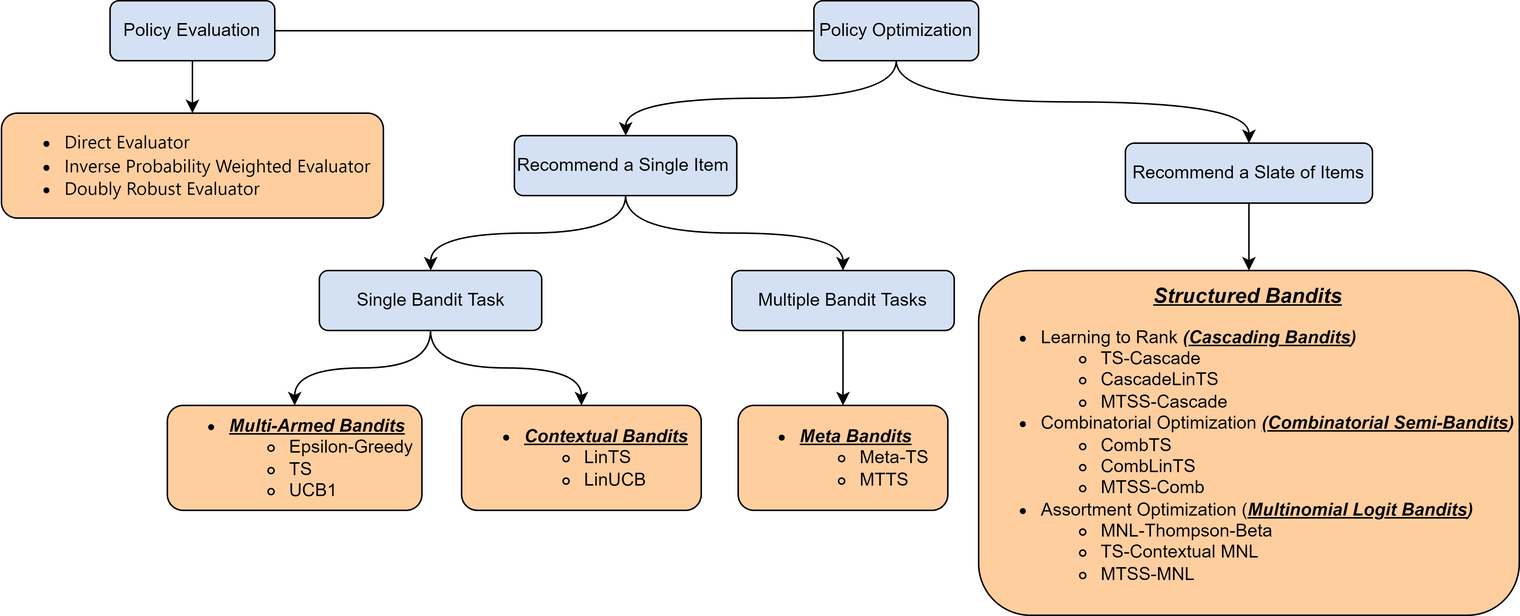
The draw.io diagram CPL_Paradigm4.png in CausalDM/Causal-Decision-Making, before a commit. Source tidied: cells renumbered, new cells last; positions are measured from the earlier drawing's top-left corner, leaving out a move shared by most shapes.
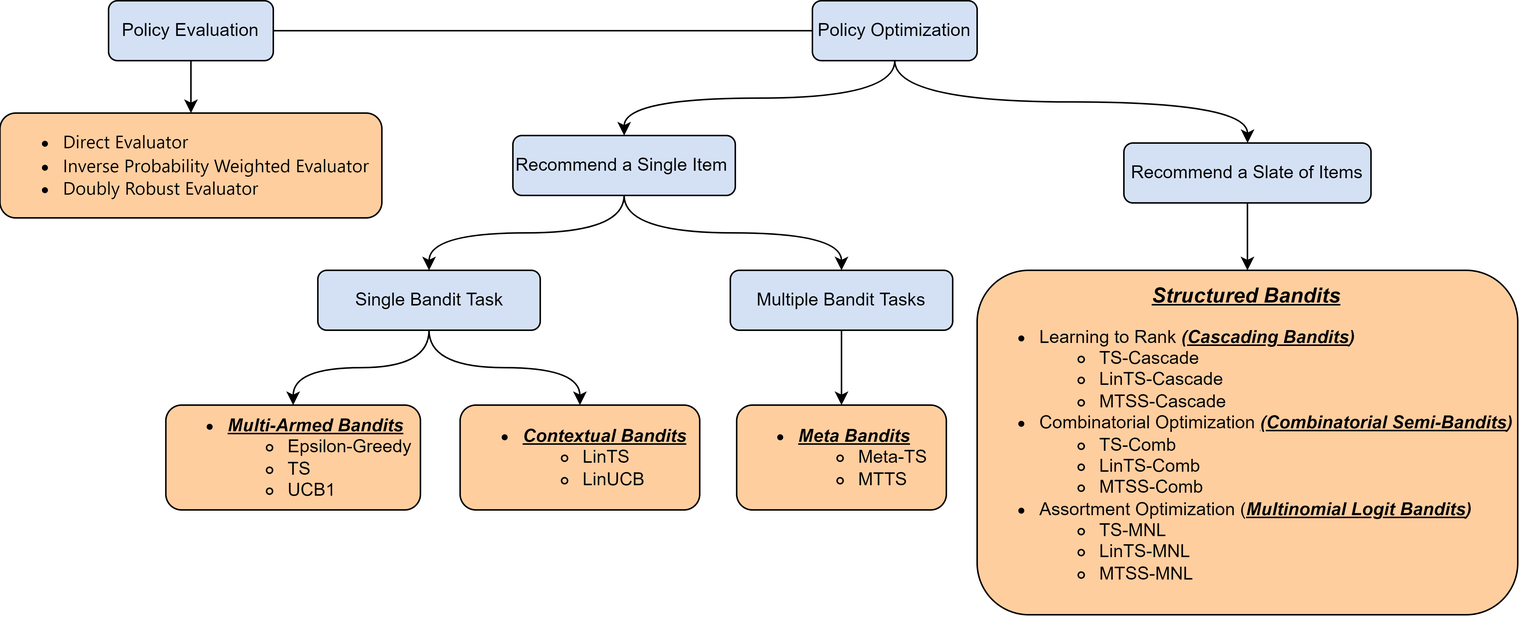
Later version of the same file.

Change to the diagram source:
```diff
@@ -59,7 +59,7 @@
     <mxCell id="20" value="&lt;ul&gt;&lt;li&gt;&lt;i style=&quot;border-color: var(--border-color); text-align: center;&quot;&gt;&lt;b style=&quot;border-color: var(--border-color);&quot;&gt;&lt;u style=&quot;border-color: var(--border-color);&quot;&gt;Meta Bandits&lt;/u&gt;&lt;/b&gt;&lt;/i&gt;&lt;br&gt;&lt;/li&gt;&lt;ul&gt;&lt;li&gt;Meta-TS&lt;/li&gt;&lt;li&gt;MTTS&lt;/li&gt;&lt;/ul&gt;&lt;/ul&gt;" style="whiteSpace=wrap;html=1;fillColor=#FFCE9F;strokeColor=#000000;rounded=1;labelBackgroundColor=none;align=left;" parent="1" vertex="1">
       <mxGeometry x="491.4" y="270" width="140" height="70" as="geometry" />
     </mxCell>
-    <mxCell id="21" value="&lt;div style=&quot;text-align: center;&quot;&gt;&lt;b style=&quot;background-color: initial; border-color: var(--border-color);&quot;&gt;&lt;span style=&quot;border-color: var(--border-color);&quot;&gt;&lt;span style=&quot;border-color: var(--border-color);&quot;&gt;&lt;font style=&quot;font-size: 14px;&quot;&gt;&lt;i&gt;&lt;u&gt;Structured Bandits&lt;/u&gt;&lt;/i&gt;&lt;/font&gt;&lt;/span&gt;&lt;/span&gt;&lt;/b&gt;&lt;/div&gt;&lt;ul&gt;&lt;li&gt;&lt;span style=&quot;border-color: var(--border-color);&quot;&gt;&lt;font style=&quot;font-size: 12px;&quot;&gt;&lt;span style=&quot;border-color: var(--border-color);&quot;&gt;&lt;font style=&quot;border-color: var(--border-color);&quot;&gt;Learning to Rank&lt;b style=&quot;font-style: italic;&quot;&gt;&amp;nbsp;&lt;/b&gt;&lt;b style=&quot;text-decoration-line: underline; font-style: italic;&quot;&gt;(&lt;/b&gt;&lt;/font&gt;&lt;/span&gt;&lt;span style=&quot;text-decoration-line: underline; font-style: italic; font-weight: bold; border-color: var(--border-color);&quot;&gt;Cascading Bandits&lt;/span&gt;&lt;span style=&quot;font-style: italic; font-weight: bold; border-color: var(--border-color);&quot;&gt;)&lt;/span&gt;&lt;/font&gt;&lt;/span&gt;&lt;br&gt;&lt;/li&gt;&lt;ul&gt;&lt;li style=&quot;border-color: var(--border-color);&quot;&gt;&lt;font style=&quot;border-color: var(--border-color);&quot; color=&quot;#000000&quot;&gt;&lt;span style=&quot;border-color: var(--border-color);&quot;&gt;&lt;span style=&quot;border-color: var(--border-color);&quot;&gt;TS-Cascade&lt;/span&gt;&lt;/span&gt;&lt;/font&gt;&lt;/li&gt;&lt;li style=&quot;border-color: var(--border-color);&quot;&gt;&lt;font style=&quot;border-color: var(--border-color);&quot; color=&quot;#000000&quot;&gt;&lt;span style=&quot;border-color: var(--border-color);&quot;&gt;&lt;span style=&quot;border-color: var(--border-color);&quot;&gt;CascadeLinTS&lt;/span&gt;&lt;/span&gt;&lt;/font&gt;&lt;/li&gt;&lt;li style=&quot;border-color: var(--border-color);&quot;&gt;&lt;font style=&quot;border-color: var(--border-color);&quot; color=&quot;#000000&quot;&gt;&lt;span style=&quot;border-color: var(--border-color);&quot;&gt;&lt;span style=&quot;border-color: var(--border-color);&quot;&gt;MTSS-Cascade&lt;/span&gt;&lt;/span&gt;&lt;/font&gt;&lt;/li&gt;&lt;/ul&gt;&lt;li&gt;&lt;span style=&quot;border-color: var(--border-color);&quot;&gt;&lt;font style=&quot;font-size: 12px;&quot;&gt;&lt;font style=&quot;border-color: var(--border-color);&quot;&gt;&lt;span style=&quot;border-color: var(--border-color);&quot;&gt;Combinatorial Optimization&lt;b style=&quot;font-style: italic;&quot;&gt;&amp;nbsp;&lt;/b&gt;&lt;/span&gt;&lt;/font&gt;&lt;/font&gt;&lt;/span&gt;&lt;b style=&quot;background-color: initial; border-color: var(--border-color);&quot;&gt;&lt;i&gt;&lt;font style=&quot;text-decoration-line: underline; border-color: var(--border-color);&quot;&gt;&lt;span style=&quot;border-color: var(--border-color);&quot;&gt;(&lt;/span&gt;&lt;/font&gt;&lt;span style=&quot;border-color: var(--border-color);&quot;&gt;&lt;u&gt;Combinatorial Semi-Bandits&lt;/u&gt;)&lt;/span&gt;&lt;/i&gt;&lt;/b&gt;&lt;/li&gt;&lt;ul&gt;&lt;li style=&quot;border-color: var(--border-color);&quot;&gt;&lt;font style=&quot;border-color: var(--border-color);&quot; color=&quot;#000000&quot;&gt;&lt;span style=&quot;border-color: var(--border-color);&quot;&gt;&lt;span style=&quot;border-color: var(--border-color);&quot;&gt;CombTS&lt;/span&gt;&lt;/span&gt;&lt;/font&gt;&lt;/li&gt;&lt;li style=&quot;border-color: var(--border-color);&quot;&gt;&lt;font style=&quot;border-color: var(--border-color);&quot; color=&quot;#000000&quot;&gt;&lt;span style=&quot;border-color: var(--border-color);&quot;&gt;&lt;span style=&quot;border-color: var(--border-color);&quot;&gt;CombLinTS&lt;/span&gt;&lt;/span&gt;&lt;/font&gt;&lt;/li&gt;&lt;li style=&quot;border-color: var(--border-color);&quot;&gt;&lt;font style=&quot;border-color: var(--border-color);&quot; color=&quot;#000000&quot;&gt;&lt;span style=&quot;border-color: var(--border-color);&quot;&gt;&lt;span style=&quot;border-color: var(--border-color);&quot;&gt;MTSS-Comb&lt;/span&gt;&lt;/span&gt;&lt;/font&gt;&lt;/li&gt;&lt;/ul&gt;&lt;li&gt;&lt;font style=&quot;font-size: 12px;&quot;&gt;&lt;span style=&quot;border-color: var(--border-color);&quot;&gt;&lt;span style=&quot;border-color: var(--border-color);&quot;&gt;&lt;font style=&quot;border-color: var(--border-color);&quot;&gt;Assortment Optimization (&lt;/font&gt;&lt;/span&gt;&lt;/span&gt;&lt;font style=&quot;font-style: italic; border-color: var(--border-color);&quot; color=&quot;#000000&quot;&gt;&lt;b style=&quot;border-color: var(--border-color);&quot;&gt;&lt;span style=&quot;border-color: var(--border-color);&quot;&gt;&lt;u&gt;Multinomial Logit Bandits&lt;/u&gt;)&lt;/span&gt;&lt;/b&gt;&lt;/font&gt;&lt;/font&gt;&lt;/li&gt;&lt;ul&gt;&lt;li style=&quot;border-color: var(--border-color);&quot;&gt;&lt;font style=&quot;border-color: var(--border-color);&quot; color=&quot;#000000&quot;&gt;&lt;span style=&quot;border-color: var(--border-color);&quot;&gt;&lt;span style=&quot;border-color: var(--border-color);&quot;&gt;MNL-&lt;font style=&quot;font-size: 12px;&quot;&gt;Thompson&lt;/font&gt;-Beta&lt;/span&gt;&lt;/span&gt;&lt;/font&gt;&lt;/li&gt;&lt;li style=&quot;border-color: var(--border-color);&quot;&gt;&lt;font style=&quot;border-color: var(--border-color);&quot; color=&quot;#000000&quot;&gt;&lt;span style=&quot;border-color: var(--border-color);&quot;&gt;&lt;span style=&quot;border-color: var(--border-color);&quot;&gt;TS-Contextual MNL&lt;/span&gt;&lt;/span&gt;&lt;/font&gt;&lt;/li&gt;&lt;li style=&quot;border-color: var(--border-color);&quot;&gt;&lt;font style=&quot;border-color: var(--border-color);&quot; color=&quot;#000000&quot;&gt;&lt;span style=&quot;border-color: var(--border-color);&quot;&gt;&lt;span style=&quot;border-color: var(--border-color);&quot;&gt;MTSS-MNL&lt;/span&gt;&lt;/span&gt;&lt;/font&gt;&lt;/li&gt;&lt;/ul&gt;&lt;/ul&gt;" style="rounded=1;whiteSpace=wrap;html=1;fillColor=#FFCE9F;align=left;" parent="1" vertex="1">
+    <mxCell id="21" value="&lt;div style=&quot;text-align: center;&quot;&gt;&lt;b style=&quot;background-color: initial; border-color: var(--border-color);&quot;&gt;&lt;span style=&quot;border-color: var(--border-color);&quot;&gt;&lt;span style=&quot;border-color: var(--border-color);&quot;&gt;&lt;font style=&quot;font-size: 14px;&quot;&gt;&lt;i&gt;&lt;u&gt;Structured Bandits&lt;/u&gt;&lt;/i&gt;&lt;/font&gt;&lt;/span&gt;&lt;/span&gt;&lt;/b&gt;&lt;/div&gt;&lt;ul&gt;&lt;li&gt;&lt;span style=&quot;border-color: var(--border-color);&quot;&gt;&lt;font style=&quot;font-size: 12px;&quot;&gt;&lt;span style=&quot;border-color: var(--border-color);&quot;&gt;&lt;font style=&quot;border-color: var(--border-color);&quot;&gt;Learning to Rank&lt;b style=&quot;font-style: italic;&quot;&gt;&amp;nbsp;&lt;/b&gt;&lt;b style=&quot;text-decoration-line: underline; font-style: italic;&quot;&gt;(&lt;/b&gt;&lt;/font&gt;&lt;/span&gt;&lt;span style=&quot;text-decoration-line: underline; font-style: italic; font-weight: bold; border-color: var(--border-color);&quot;&gt;Cascading Bandits&lt;/span&gt;&lt;span style=&quot;font-style: italic; font-weight: bold; border-color: var(--border-color);&quot;&gt;)&lt;/span&gt;&lt;/font&gt;&lt;/span&gt;&lt;br&gt;&lt;/li&gt;&lt;ul&gt;&lt;li style=&quot;border-color: var(--border-color);&quot;&gt;&lt;font style=&quot;border-color: var(--border-color);&quot; color=&quot;#000000&quot;&gt;&lt;span style=&quot;border-color: var(--border-color);&quot;&gt;&lt;span style=&quot;border-color: var(--border-color);&quot;&gt;TS-Cascade&lt;/span&gt;&lt;/span&gt;&lt;/font&gt;&lt;/li&gt;&lt;li style=&quot;border-color: var(--border-color);&quot;&gt;&lt;font style=&quot;border-color: var(--border-color);&quot; color=&quot;#000000&quot;&gt;&lt;span style=&quot;border-color: var(--border-color);&quot;&gt;&lt;span style=&quot;border-color: var(--border-color);&quot;&gt;LinTS-Cascade&lt;/span&gt;&lt;/span&gt;&lt;/font&gt;&lt;/li&gt;&lt;li style=&quot;border-color: var(--border-color);&quot;&gt;&lt;font style=&quot;border-color: var(--border-color);&quot; color=&quot;#000000&quot;&gt;&lt;span style=&quot;border-color: var(--border-color);&quot;&gt;&lt;span style=&quot;border-color: var(--border-color);&quot;&gt;MTSS-Cascade&lt;/span&gt;&lt;/span&gt;&lt;/font&gt;&lt;/li&gt;&lt;/ul&gt;&lt;li&gt;&lt;span style=&quot;border-color: var(--border-color);&quot;&gt;&lt;font style=&quot;font-size: 12px;&quot;&gt;&lt;font style=&quot;border-color: var(--border-color);&quot;&gt;&lt;span style=&quot;border-color: var(--border-color);&quot;&gt;Combinatorial Optimization&lt;b style=&quot;font-style: italic;&quot;&gt;&amp;nbsp;&lt;/b&gt;&lt;/span&gt;&lt;/font&gt;&lt;/font&gt;&lt;/span&gt;&lt;b style=&quot;background-color: initial; border-color: var(--border-color);&quot;&gt;&lt;i&gt;&lt;font style=&quot;text-decoration-line: underline; border-color: var(--border-color);&quot;&gt;&lt;span style=&quot;border-color: var(--border-color);&quot;&gt;(&lt;/span&gt;&lt;/font&gt;&lt;span style=&quot;border-color: var(--border-color);&quot;&gt;&lt;u&gt;Combinatorial Semi-Bandits&lt;/u&gt;)&lt;/span&gt;&lt;/i&gt;&lt;/b&gt;&lt;/li&gt;&lt;ul&gt;&lt;li style=&quot;border-color: var(--border-color);&quot;&gt;&lt;font style=&quot;border-color: var(--border-color);&quot; color=&quot;#000000&quot;&gt;&lt;span style=&quot;border-color: var(--border-color);&quot;&gt;&lt;span style=&quot;border-color: var(--border-color);&quot;&gt;TS-Comb&lt;/span&gt;&lt;/span&gt;&lt;/font&gt;&lt;/li&gt;&lt;li style=&quot;border-color: var(--border-color);&quot;&gt;&lt;font style=&quot;border-color: var(--border-color);&quot; color=&quot;#000000&quot;&gt;&lt;span style=&quot;border-color: var(--border-color);&quot;&gt;&lt;span style=&quot;border-color: var(--border-color);&quot;&gt;LinTS-Comb&lt;/span&gt;&lt;/span&gt;&lt;/font&gt;&lt;/li&gt;&lt;li style=&quot;border-color: var(--border-color);&quot;&gt;&lt;font style=&quot;border-color: var(--border-color);&quot; color=&quot;#000000&quot;&gt;&lt;span style=&quot;border-color: var(--border-color);&quot;&gt;&lt;span style=&quot;border-color: var(--border-color);&quot;&gt;MTSS-Comb&lt;/span&gt;&lt;/span&gt;&lt;/font&gt;&lt;/li&gt;&lt;/ul&gt;&lt;li&gt;&lt;font style=&quot;font-size: 12px;&quot;&gt;&lt;span style=&quot;border-color: var(--border-color);&quot;&gt;&lt;span style=&quot;border-color: var(--border-color);&quot;&gt;&lt;font style=&quot;border-color: var(--border-color);&quot;&gt;Assortment Optimization (&lt;/font&gt;&lt;/span&gt;&lt;/span&gt;&lt;font style=&quot;font-style: italic; border-color: var(--border-color);&quot; color=&quot;#000000&quot;&gt;&lt;b style=&quot;border-color: var(--border-color);&quot;&gt;&lt;span style=&quot;border-color: var(--border-color);&quot;&gt;&lt;u&gt;Multinomial Logit Bandits&lt;/u&gt;)&lt;/span&gt;&lt;/b&gt;&lt;/font&gt;&lt;/font&gt;&lt;/li&gt;&lt;ul&gt;&lt;li style=&quot;border-color: var(--border-color);&quot;&gt;&lt;font style=&quot;border-color: var(--border-color);&quot; color=&quot;#000000&quot;&gt;&lt;span style=&quot;border-color: var(--border-color);&quot;&gt;&lt;span style=&quot;border-color: var(--border-color);&quot;&gt;TS-MNL&lt;/span&gt;&lt;/span&gt;&lt;/font&gt;&lt;/li&gt;&lt;li style=&quot;border-color: var(--border-color);&quot;&gt;&lt;font style=&quot;border-color: var(--border-color);&quot; color=&quot;#000000&quot;&gt;&lt;span style=&quot;border-color: var(--border-color);&quot;&gt;&lt;span style=&quot;border-color: var(--border-color);&quot;&gt;LinTS-MNL&lt;/span&gt;&lt;/span&gt;&lt;/font&gt;&lt;/li&gt;&lt;li style=&quot;border-color: var(--border-color);&quot;&gt;&lt;font style=&quot;border-color: var(--border-color);&quot; color=&quot;#000000&quot;&gt;&lt;span style=&quot;border-color: var(--border-color);&quot;&gt;&lt;span style=&quot;border-color: var(--border-color);&quot;&gt;MTSS-MNL&lt;/span&gt;&lt;/span&gt;&lt;/font&gt;&lt;/li&gt;&lt;/ul&gt;&lt;/ul&gt;" style="rounded=1;whiteSpace=wrap;html=1;fillColor=#FFCE9F;align=left;" parent="1" vertex="1">
       <mxGeometry x="652" y="180" width="361" height="230" as="geometry" />
     </mxCell>
     <mxCell id="22" value="Multiple Bandit Tasks" style="rounded=1;whiteSpace=wrap;html=1;fillColor=#D4E1F5;labelBackgroundColor=none;strokeColor=#000000;" parent="1" vertex="1">
```
